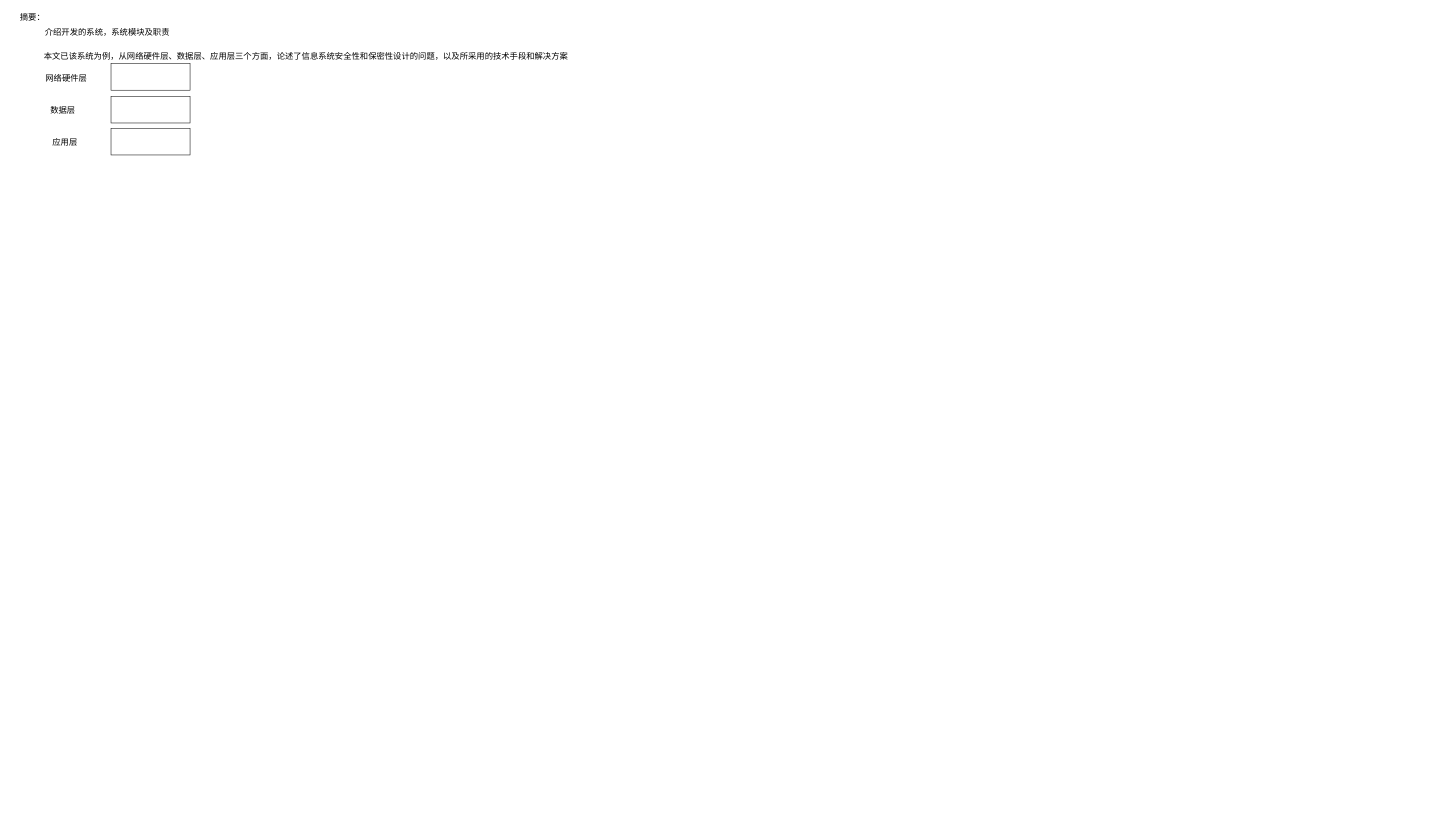
Before: 论信息系统的安全性与保密性设计.drawio in xiaodongYao/DrawIO, a draw.io diagram. Source tidied: cells renumbered, new cells numbered last; positions are measured from the earlier drawing's top-left corner, leaving out a move shared by most shapes. Both pictures are drawn from the tidied source at 52%, with x=0, y=0 at pixel (17, 9).
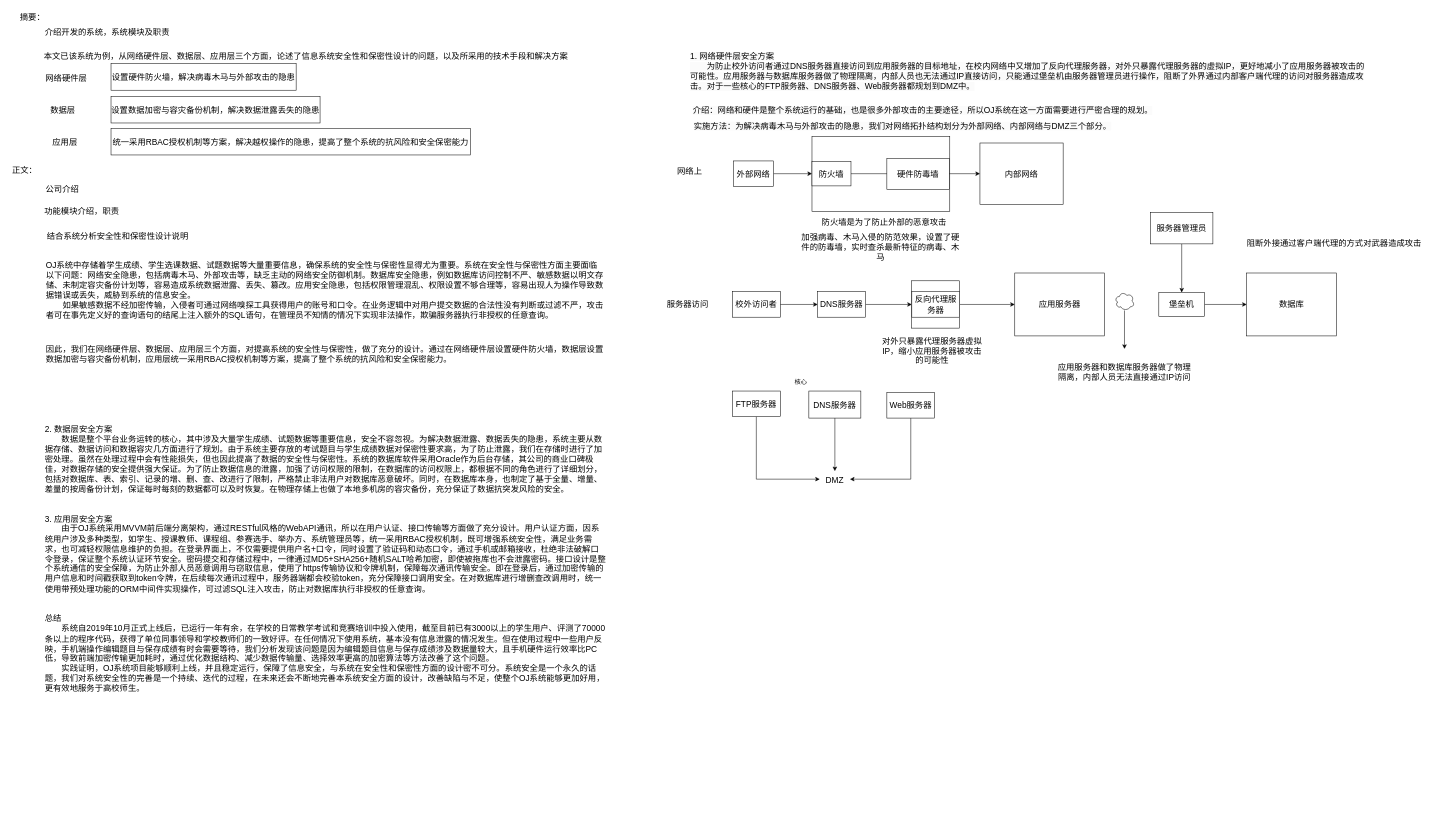
After the change.

Commit message (it also covers changes not shown here):
更新论信息系统的安全性与保密性设计.drawio

What changed in the source:
```diff
@@
-    <mxCell id="8" style="rounded=0;whiteSpace=wrap;html=1;" parent="1" vertex="1">
-      <mxGeometry x="181" y="105" width="152" height="51" as="geometry" />
+    <mxCell id="8" value="设置硬件防火墙，解决病毒木马与外部攻击的隐患" style="rounded=0;whiteSpace=wrap;html=1;fontSize=16;" parent="1" vertex="1">
+      <mxGeometry x="181" y="105" width="356" height="51" as="geometry" />
     </mxCell>
-    <mxCell id="9" style="rounded=0;whiteSpace=wrap;html=1;" parent="1" vertex="1">
-      <mxGeometry x="181" y="168" width="152" height="51" as="geometry" />
+    <mxCell id="9" value="设置数据加密与容灾备份机制，解决数据泄露丢失的隐患" style="rounded=0;whiteSpace=wrap;html=1;fontSize=16;" parent="1" vertex="1">
+      <mxGeometry x="181" y="168" width="402" height="51" as="geometry" />
     </mxCell>
-    <mxCell id="10" style="rounded=0;whiteSpace=wrap;html=1;" parent="1" vertex="1">
-      <mxGeometry x="181" y="229.5" width="152" height="51" as="geometry" />
+    <mxCell id="10" value="统一采用RBAC授权机制等方案，解决越权操作的隐患，提高了整个系统的抗风险和安全保密能力" style="rounded=0;whiteSpace=wrap;html=1;fontSize=16;" parent="1" vertex="1">
+      <mxGeometry x="181" y="229.5" width="691" height="51" as="geometry" />
     </mxCell>
+    <mxCell id="11" value="正文：" style="text;html=1;strokeColor=none;fillColor=none;align=center;verticalAlign=middle;whiteSpace=wrap;rounded=0;fontSize=16;" parent="1" vertex="1">
+      <mxGeometry x="-15" y="294" width="60" height="30" as="geometry" />
+    </mxCell>
+    <mxCell id="12" value="公司介绍" style="text;html=1;strokeColor=none;fillColor=none;align=center;verticalAlign=middle;whiteSpace=wrap;rounded=0;fontSize=16;" parent="1" vertex="1">
+      <mxGeometry x="45" y="331" width="85" height="30" as="geometry" />
+    </mxCell>
+    <mxCell id="13" value="功能模块介绍，职责" style="text;html=1;strokeColor=none;fillColor=none;align=center;verticalAlign=middle;whiteSpace=wrap;rounded=0;fontSize=16;" parent="1" vertex="1">
+      <mxGeometry x="50" y="373" width="150" height="30" as="geometry" />
+    </mxCell>
+    <mxCell id="14" value="结合系统分析安全性和保密性设计说明" style="text;html=1;strokeColor=none;fillColor=none;align=center;verticalAlign=middle;whiteSpace=wrap;rounded=0;fontSize=16;" parent="1" vertex="1">
+      <mxGeometry x="54" y="422" width="280" height="30" as="geometry" />
+    </mxCell>
+    <mxCell id="15" value="OJ系统中存储着学生成绩、学生选课数据、试题数据等大量重要信息，确保系统的安全性与保密性显得尤为重要。系统在安全性与保密性方面主要面临以下问题：网络安全隐患，包括病毒木马、外部攻击等，缺乏主动的网络安全防御机制。数据库安全隐患，例如数据库访问控制不严、敏感数据以明文存储、未制定容灾备份计划等，容易造成系统数据泄露、丢失、篡改。应用安全隐患，包括权限管理混乱、权限设置不够合理等，容易出现人为操作导致数据错误或丢失，威胁到系统的信息安全。&#10;  如果敏感数据不经加密传输，入侵者可通过网络嗅探工具获得用户的账号和口令。在业务逻辑中对用户提交数据的合法性没有判断或过滤不严，攻击者可在事先定义好的查询语句的结尾上注入额外的SQL语句，在管理员不知情的情况下实现非法操作，欺骗服务器执行非授权的任意查询。&#10;" style="text;whiteSpace=wrap;fontSize=16;" parent="1" vertex="1">
+      <mxGeometry x="54" y="477" width="1075" height="136" as="geometry" />
+    </mxCell>
+    <mxCell id="16" value="因此，我们在网络硬件层、数据层、应用层三个方面，对提高系统的安全性与保密性，做了充分的设计。通过在网络硬件层设置硬件防火墙，数据层设置数据加密与容灾备份机制，应用层统一采用RBAC授权机制等方案，提高了整个系统的抗风险和安全保密能力。" style="text;whiteSpace=wrap;fontSize=16;" parent="1" vertex="1">
+      <mxGeometry x="54" y="638" width="1080" height="99" as="geometry" />
+    </mxCell>
+    <mxCell id="17" value="&#10;&#10;&#10;2. 数据层安全方案&#10;  数据是整个平台业务运转的核心，其中涉及大量学生成绩、试题数据等重要信息，安全不容忽视。为解决数据泄露、数据丢失的隐患，系统主要从数据存储、数据访问和数据容灾几方面进行了规划。由于系统主要存放的考试题目与学生成绩数据对保密性要求高，为了防止泄露，我们在存储时进行了加密处理。虽然在处理过程中会有性能损失，但也因此提高了数据的安全性与保密性。系统的数据库软件采用Oracle作为后台存储，其公司的商业口碑极佳，对数据存储的安全提供强大保证。为了防止数据信息的泄露，加强了访问权限的限制，在数据库的访问权限上，都根据不同的角色进行了详细划分，包括对数据库、表、索引、记录的增、删、查、改进行了限制，严格禁止非法用户对数据库恶意破坏。同时，在数据库本身，也制定了基于全量、增量、差量的按周备份计划，保证每时每刻的数据都可以及时恢复。在物理存储上也做了本地多机房的容灾备份，充分保证了数据抗突发风险的安全。&#10;&#10;&#10;3. 应用层安全方案&#10;  由于OJ系统采用MVVM前后端分离架构，通过RESTful风格的WebAPI通讯，所以在用户认证、接口传输等方面做了充分设计。用户认证方面，因系统用户涉及多种类型，如学生、授课教师、课程组、参赛选手、举办方、系统管理员等，统一采用RBAC授权机制，既可增强系统安全性，满足业务需求，也可减轻权限信息维护的负担。在登录界面上，不仅需要提供用户名+口令，同时设置了验证码和动态口令，通过手机或邮箱接收，杜绝非法破解口令登录，保证整个系统认证环节安全。密码提交和存储过程中，一律通过MD5+SHA256+随机SALT哈希加密，即使被拖库也不会泄露密码。接口设计是整个系统通信的安全保障，为防止外部人员恶意调用与窃取信息，使用了https传输协议和令牌机制，保障每次通讯传输安全。即在登录后，通过加密传输的用户信息和时间戳获取到token令牌，在后续每次通讯过程中，服务器端都会校验token，充分保障接口调用安全。在对数据库进行增删查改调用时，统一使用带预处理功能的ORM中间件实现操作，可过滤SQL注入攻击，防止对数据库执行非授权的任意查询。&#10;&#10;&#10;总结&#10;  系统自2019年10月正式上线后，已运行一年有余，在学校的日常教学考试和竞赛培训中投入使用，截至目前已有3000以上的学生用户、评测了70000条以上的程序代码，获得了单位同事领导和学校教师们的一致好评。在任何情况下使用系统，基本没有信息泄露的情况发生。但在使用过程中一些用户反映，手机端操作编辑题目与保存成绩有时会需要等待，我们分析发现该问题是因为编辑题目信息与保存成绩涉及数据量较大，且手机硬件运行效率比PC低，导致前端加密传输更加耗时，通过优化数据结构、减少数据传输量、选择效率更高的加密算法等方法改善了这个问题。&#10;  实践证明，OJ系统项目能够顺利上线，并且稳定运行，保障了信息安全，与系统在安全性和保密性方面的设计密不可分。系统安全是一个永久的话题，我们对系统安全性的完善是一个持续、迭代的过程，在未来还会不断地完善本系统安全方面的设计，改善缺陷与不足，使整个OJ系统能够更加好用，更有效地服务于高校师生。" style="text;whiteSpace=wrap;fontSize=16;" parent="1" vertex="1">
+      <mxGeometry x="52" y="734" width="1082" height="813" as="geometry" />
+    </mxCell>
+    <mxCell id="18" value="&lt;span style=&quot;color: rgb(0, 0, 0); font-family: Helvetica; font-size: 16px; font-style: normal; font-variant-ligatures: normal; font-variant-caps: normal; font-weight: 400; letter-spacing: normal; orphans: 2; text-align: left; text-indent: 0px; text-transform: none; widows: 2; word-spacing: 0px; -webkit-text-stroke-width: 0px; background-color: rgb(251, 251, 251); text-decoration-thickness: initial; text-decoration-style: initial; text-decoration-color: initial; float: none; display: inline !important;&quot;&gt;1. 网络硬件层安全方案&lt;/span&gt;&lt;br style=&quot;border-color: var(--border-color); padding: 0px; margin: 0px; color: rgb(0, 0, 0); font-family: Helvetica; font-size: 16px; font-style: normal; font-variant-ligatures: normal; font-variant-caps: normal; font-weight: 400; letter-spacing: normal; orphans: 2; text-align: left; text-indent: 0px; text-transform: none; widows: 2; word-spacing: 0px; -webkit-text-stroke-width: 0px; background-color: rgb(251, 251, 251); text-decoration-thickness: initial; text-decoration-style: initial; text-decoration-color: initial;&quot;&gt;&lt;span style=&quot;color: rgb(0, 0, 0); font-family: Helvetica; font-size: 16px; font-style: normal; font-variant-ligatures: normal; font-variant-caps: normal; font-weight: 400; letter-spacing: normal; orphans: 2; text-align: left; text-indent: 0px; text-transform: none; widows: 2; word-spacing: 0px; -webkit-text-stroke-width: 0px; background-color: rgb(251, 251, 251); text-decoration-thickness: initial; text-decoration-style: initial; text-decoration-color: initial; float: none; display: inline !important;&quot;&gt;  为防止校外访问者通过DNS服务器直接访问到应用服务器的目标地址，在校内网络中又增加了反向代理服务器，对外只暴露代理服务器的虚拟IP，更好地减小了应用服务器被攻击的可能性。应用服务器与数据库服务器做了物理隔离，内部人员也无法通过IP直接访问，只能通过堡垒机由服务器管理员进行操作，阻断了外界通过内部客户端代理的访问对服务器造成攻击。对于一些核心的FTP服务器、DNS服务器、Web服务器都规划到DMZ中。&lt;/span&gt;" style="text;whiteSpace=wrap;html=1;" parent="1" vertex="1">
+      <mxGeometry x="1293" y="75" width="1311" height="141" as="geometry" />
+    </mxCell>
+    <mxCell id="19" value="&lt;span style=&quot;color: rgb(0, 0, 0); font-family: Helvetica; font-size: 16px; font-style: normal; font-variant-ligatures: normal; font-variant-caps: normal; font-weight: 400; letter-spacing: normal; orphans: 2; text-align: left; text-indent: 0px; text-transform: none; widows: 2; word-spacing: 0px; -webkit-text-stroke-width: 0px; background-color: rgb(251, 251, 251); text-decoration-thickness: initial; text-decoration-style: initial; text-decoration-color: initial; float: none; display: inline !important;&quot;&gt;介绍：网络和硬件是整个系统运行的基础，也是很多外部攻击的主要途径，所以OJ系统在这一方面需要进行严密合理的规划。&lt;/span&gt;" style="text;whiteSpace=wrap;html=1;" parent="1" vertex="1">
+      <mxGeometry x="1298" y="178.5" width="908" height="30" as="geometry" />
+    </mxCell>
+    <mxCell id="20" value="&lt;span style=&quot;color: rgb(0, 0, 0); font-family: Helvetica; font-size: 16px; font-style: normal; font-variant-ligatures: normal; font-variant-caps: normal; font-weight: 400; letter-spacing: normal; orphans: 2; text-align: left; text-indent: 0px; text-transform: none; widows: 2; word-spacing: 0px; -webkit-text-stroke-width: 0px; background-color: rgb(251, 251, 251); text-decoration-thickness: initial; text-decoration-style: initial; text-decoration-color: initial; float: none; display: inline !important;&quot;&gt;实施方法：为解决病毒木马与外部攻击的隐患，我们对网络拓扑结构划分为外部网络、内部网络与DMZ三个部分。&lt;/span&gt;" style="text;whiteSpace=wrap;html=1;" parent="1" vertex="1">
+      <mxGeometry x="1300" y="208.5" width="822" height="39" as="geometry" />
+    </mxCell>
+    <mxCell id="21" value="&lt;span style=&quot;font-size: 16px;&quot;&gt;DMZ&lt;/span&gt;" style="text;whiteSpace=wrap;html=1;align=center;" parent="1" vertex="1">
+      <mxGeometry x="1544" y="888.5" width="58" height="31" as="geometry" />
+    </mxCell>
+    <mxCell id="22" style="edgeStyle=orthogonalEdgeStyle;rounded=0;jettySize=auto;html=1;" parent="1" edge="1" source="23" target="27">
+      <mxGeometry relative="1" as="geometry" />
+    </mxCell>
+    <mxCell id="23" value="外部网络" style="rounded=0;whiteSpace=wrap;html=1;fontSize=16;" parent="1" vertex="1">
+      <mxGeometry x="1378" y="292" width="77" height="49" as="geometry" />
+    </mxCell>
+    <mxCell id="24" value="内部网络" style="rounded=0;whiteSpace=wrap;html=1;fontSize=16;" parent="1" vertex="1">
+      <mxGeometry x="1852" y="257.5" width="160" height="118" as="geometry" />
+    </mxCell>
+    <mxCell id="25" style="rounded=0;whiteSpace=wrap;html=1;" parent="1" vertex="1">
+      <mxGeometry x="1529" y="245" width="265" height="144" as="geometry" />
+    </mxCell>
+    <mxCell id="26" style="edgeStyle=orthogonalEdgeStyle;rounded=0;jettySize=auto;html=1;exitX=1;exitY=0.5;exitDx=0;exitDy=0;entryX=0;entryY=0.5;entryDx=0;entryDy=0;" parent="1" edge="1" source="27" target="24">
+      <mxGeometry relative="1" as="geometry" />
+    </mxCell>
+    <mxCell id="27" value="防火墙" style="rounded=0;whiteSpace=wrap;html=1;fontSize=16;" parent="1" vertex="1">
+      <mxGeometry x="1529" y="293" width="75" height="47" as="geometry" />
+    </mxCell>
+    <mxCell id="28" value="硬件防毒墙" style="rounded=0;whiteSpace=wrap;html=1;fontSize=16;" parent="1" vertex="1">
+      <mxGeometry x="1673" y="287" width="120" height="60" as="geometry" />
+    </mxCell>
+    <mxCell id="29" value="防火墙是为了防止外部的恶意攻击" style="text;html=1;strokeColor=none;fillColor=none;align=center;verticalAlign=middle;whiteSpace=wrap;rounded=0;fontSize=16;" parent="1" vertex="1">
+      <mxGeometry x="1543" y="394" width="250" height="30" as="geometry" />
+    </mxCell>
+    <mxCell id="30" value="加强病毒、木马入侵的防范效果，设置了硬件的防毒墙，实时查杀最新特征的病毒、木马" style="text;html=1;strokeColor=none;fillColor=none;align=center;verticalAlign=middle;whiteSpace=wrap;rounded=0;fontSize=16;" parent="1" vertex="1">
+      <mxGeometry x="1507" y="432" width="308" height="51" as="geometry" />
+    </mxCell>
+    <mxCell id="31" style="edgeStyle=orthogonalEdgeStyle;rounded=0;jettySize=auto;html=1;" parent="1" edge="1" source="32" target="34">
+      <mxGeometry relative="1" as="geometry" />
+    </mxCell>
+    <mxCell id="32" value="校外访问者" style="rounded=0;whiteSpace=wrap;html=1;fontSize=16;" parent="1" vertex="1">
+      <mxGeometry x="1376" y="543.5" width="92" height="49" as="geometry" />
+    </mxCell>
+    <mxCell id="33" style="edgeStyle=orthogonalEdgeStyle;rounded=0;jettySize=auto;html=1;" parent="1" edge="1" source="34" target="38">
+      <mxGeometry relative="1" as="geometry" />
+    </mxCell>
+    <mxCell id="34" value="DNS服务器" style="rounded=0;whiteSpace=wrap;html=1;fontSize=16;" parent="1" vertex="1">
+      <mxGeometry x="1540" y="543.5" width="92" height="49" as="geometry" />
+    </mxCell>
+    <mxCell id="35" value="应用服务器" style="rounded=0;whiteSpace=wrap;html=1;fontSize=16;" parent="1" vertex="1">
+      <mxGeometry x="1919" y="507.5" width="173" height="121" as="geometry" />
+    </mxCell>
+    <mxCell id="36" style="edgeStyle=orthogonalEdgeStyle;rounded=0;jettySize=auto;html=1;" parent="1" edge="1" source="37" target="35">
+      <mxGeometry relative="1" as="geometry" />
+    </mxCell>
+    <mxCell id="37" style="rounded=0;whiteSpace=wrap;html=1;" parent="1" vertex="1">
+      <mxGeometry x="1720" y="522.5" width="93" height="91" as="geometry" />
+    </mxCell>
+    <mxCell id="38" value="反向代理服务器" style="rounded=0;whiteSpace=wrap;html=1;fontSize=16;" parent="1" vertex="1">
+      <mxGeometry x="1721" y="543.5" width="92" height="49" as="geometry" />
+    </mxCell>
+    <mxCell id="39" value="对外只暴露代理服务器虚拟IP，缩小应用服务器被攻击的可能性" style="text;html=1;strokeColor=none;fillColor=none;align=center;verticalAlign=middle;whiteSpace=wrap;rounded=0;fontSize=16;" parent="1" vertex="1">
+      <mxGeometry x="1658" y="633.5" width="204" height="46" as="geometry" />
+    </mxCell>
+    <mxCell id="40" value="数据库" style="rounded=0;whiteSpace=wrap;html=1;fontSize=16;" parent="1" vertex="1">
+      <mxGeometry x="2365" y="507.5" width="173" height="121" as="geometry" />
+    </mxCell>
+    <mxCell id="41" style="edgeStyle=orthogonalEdgeStyle;rounded=0;jettySize=auto;html=1;" parent="1" edge="1" source="42" target="43">
+      <mxGeometry relative="1" as="geometry" />
+    </mxCell>
+    <mxCell id="42" style="ellipse;shape=cloud;whiteSpace=wrap;html=1;" parent="1" vertex="1">
+      <mxGeometry x="2111" y="543.5" width="38" height="36" as="geometry" />
+    </mxCell>
+    <mxCell id="43" value="应用服务器和数据库服务器做了物理隔离，内部人员无法直接通过IP访问" style="text;html=1;strokeColor=none;fillColor=none;align=center;verticalAlign=middle;whiteSpace=wrap;rounded=0;fontSize=16;" parent="1" vertex="1">
+      <mxGeometry x="1997.9" y="653.5" width="264.2" height="88" as="geometry" />
+    </mxCell>
+    <mxCell id="44" style="edgeStyle=orthogonalEdgeStyle;rounded=0;jettySize=auto;html=1;exitX=0.5;exitY=1;exitDx=0;exitDy=0;entryX=0;entryY=0.5;entryDx=0;entryDy=0;" parent="1" edge="1" source="45" target="21">
+      <mxGeometry relative="1" as="geometry" />
+    </mxCell>
+    <mxCell id="45" value="FTP服务器" style="rounded=0;whiteSpace=wrap;html=1;fontSize=16;" parent="1" vertex="1">
+      <mxGeometry x="1376" y="734.5" width="92" height="49" as="geometry" />
+    </mxCell>
+    <mxCell id="46" style="edgeStyle=orthogonalEdgeStyle;rounded=0;jettySize=auto;html=1;exitX=0.5;exitY=1;exitDx=0;exitDy=0;entryX=0.5;entryY=0;entryDx=0;entryDy=0;" parent="1" edge="1" source="47" target="21">
+      <mxGeometry relative="1" as="geometry" />
+    </mxCell>
+    <mxCell id="47" value="DNS服务器" style="rounded=0;whiteSpace=wrap;html=1;fontSize=16;" parent="1" vertex="1">
+      <mxGeometry x="1523" y="734.5" width="100" height="52" as="geometry" />
+    </mxCell>
+    <mxCell id="48" style="edgeStyle=orthogonalEdgeStyle;rounded=0;jettySize=auto;html=1;exitX=0.5;exitY=1;exitDx=0;exitDy=0;entryX=1;entryY=0.5;entryDx=0;entryDy=0;" parent="1" edge="1" source="49" target="21">
+      <mxGeometry relative="1" as="geometry" />
+    </mxCell>
+    <mxCell id="49" value="Web服务器" style="rounded=0;whiteSpace=wrap;html=1;fontSize=16;" parent="1" vertex="1">
+      <mxGeometry x="1673" y="737.5" width="92" height="49" as="geometry" />
+    </mxCell>
+    <mxCell id="50" value="核心" style="text;html=1;strokeColor=none;fillColor=none;align=center;verticalAlign=middle;whiteSpace=wrap;rounded=0;" parent="1" vertex="1">
+      <mxGeometry x="1478" y="701.5" width="60" height="30" as="geometry" />
+    </mxCell>
+    <mxCell id="51" style="edgeStyle=orthogonalEdgeStyle;rounded=0;jettySize=auto;html=1;" parent="1" edge="1" source="52" target="54">
+      <mxGeometry relative="1" as="geometry" />
+    </mxCell>
+    <mxCell id="52" value="服务器管理员" style="rounded=0;whiteSpace=wrap;html=1;fontSize=16;" parent="1" vertex="1">
+      <mxGeometry x="2180" y="391.5" width="120" height="60" as="geometry" />
+    </mxCell>
+    <mxCell id="53" style="edgeStyle=orthogonalEdgeStyle;rounded=0;jettySize=auto;html=1;" parent="1" edge="1" source="54" target="40">
+      <mxGeometry relative="1" as="geometry" />
+    </mxCell>
+    <mxCell id="54" value="堡垒机" style="rounded=0;whiteSpace=wrap;html=1;fontSize=16;" parent="1" vertex="1">
+      <mxGeometry x="2196" y="545" width="88" height="46" as="geometry" />
+    </mxCell>
+    <mxCell id="55" value="阻断外接通过客户端代理的方式对武器造成攻击" style="text;html=1;strokeColor=none;fillColor=none;align=center;verticalAlign=middle;whiteSpace=wrap;rounded=0;fontSize=16;" parent="1" vertex="1">
+      <mxGeometry x="2357" y="432" width="353" height="38.5" as="geometry" />
+    </mxCell>
+    <mxCell id="56" value="网络上" style="text;html=1;strokeColor=none;fillColor=none;align=center;verticalAlign=middle;whiteSpace=wrap;rounded=0;fontSize=16;" parent="1" vertex="1">
+      <mxGeometry x="1264" y="296" width="60" height="30" as="geometry" />
+    </mxCell>
+    <mxCell id="57" value="服务器访问" style="text;html=1;strokeColor=none;fillColor=none;align=center;verticalAlign=middle;whiteSpace=wrap;rounded=0;fontSize=16;" parent="1" vertex="1">
+      <mxGeometry x="1247" y="553" width="85.5" height="30" as="geometry" />
+    </mxCell>
```
